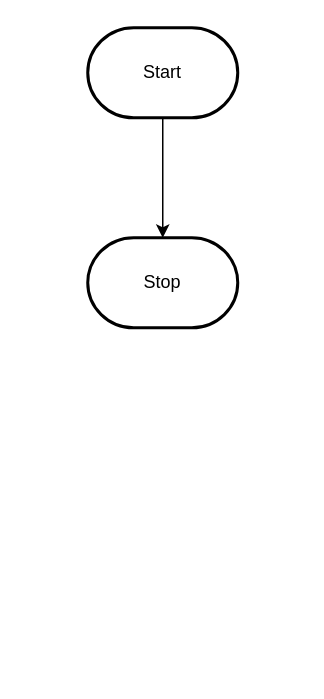
Earlier version of the draw.io diagram design/flowchart.drawio (MTHS-ICS2O-2-2022/ICS2O-Unit-3-03-Armatys22). Source tidied: cells renumbered, new cells numbered last; positions are measured from the earlier drawing's top-left corner, leaving out a move shared by most shapes. Both pictures are drawn from the tidied source at 150%, with x=0, y=0 at pixel (87, 27).
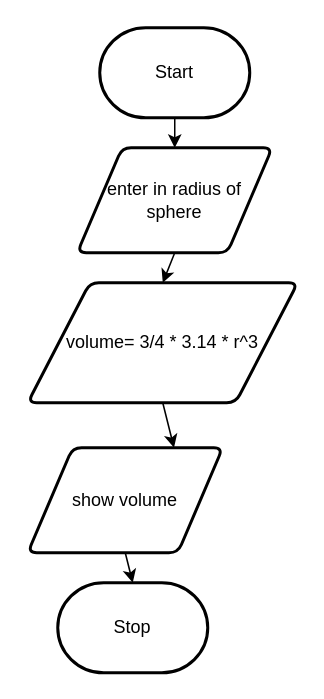
After the change.

Change to the diagram source:
```diff
@@
 <mxGraphModel>
   <root>
     <mxCell id="0" />
     <mxCell id="1" parent="0" />
-    <mxCell id="2" style="edgeStyle=orthogonalEdgeStyle;html=1;rounded=0;" parent="1" edge="1" source="3" target="4">
-      <mxGeometry relative="1" as="geometry">
-        <Array as="points">
-          <mxPoint x="50" y="90" />
-          <mxPoint x="50" y="90" />
-        </Array>
-      </mxGeometry>
-    </mxCell>
+    <mxCell id="5" style="edgeStyle=none;html=1;exitX=0.5;exitY=1;exitDx=0;exitDy=0;exitPerimeter=0;entryX=0.5;entryY=0;entryDx=0;entryDy=0;" parent="1" edge="1" source="3" target="2">
+      <mxGeometry relative="1" as="geometry" />
+    </mxCell>
     <mxCell id="3" value="Start" style="strokeWidth=2;html=1;shape=mxgraph.flowchart.terminator;whiteSpace=wrap;" parent="1" vertex="1">
-      <mxGeometry width="100" height="60" as="geometry" />
+      <mxGeometry x="8" width="100" height="60" as="geometry" />
     </mxCell>
     <mxCell id="4" value="Stop" style="strokeWidth=2;html=1;shape=mxgraph.flowchart.terminator;whiteSpace=wrap;" parent="1" vertex="1">
-      <mxGeometry y="140" width="100" height="60" as="geometry" />
+      <mxGeometry x="-20" y="370" width="100" height="60" as="geometry" />
     </mxCell>
+    <mxCell id="6" style="edgeStyle=none;html=1;exitX=0.5;exitY=1;exitDx=0;exitDy=0;entryX=0.5;entryY=0;entryDx=0;entryDy=0;" parent="1" edge="1" source="2" target="8">
+      <mxGeometry relative="1" as="geometry" />
+    </mxCell>
+    <mxCell id="2" value="enter in radius of sphere" style="shape=parallelogram;html=1;strokeWidth=2;perimeter=parallelogramPerimeter;whiteSpace=wrap;rounded=1;arcSize=12;size=0.23;" parent="1" vertex="1">
+      <mxGeometry x="-7" y="80" width="130" height="70" as="geometry" />
+    </mxCell>
+    <mxCell id="7" style="edgeStyle=none;html=1;exitX=0.5;exitY=1;exitDx=0;exitDy=0;entryX=0.75;entryY=0;entryDx=0;entryDy=0;" parent="1" edge="1" source="8" target="10">
+      <mxGeometry relative="1" as="geometry" />
+    </mxCell>
+    <mxCell id="8" value="volume= 3/4 * 3.14 * r^3" style="shape=parallelogram;html=1;strokeWidth=2;perimeter=parallelogramPerimeter;whiteSpace=wrap;rounded=1;arcSize=12;size=0.23;" parent="1" vertex="1">
+      <mxGeometry x="-40" y="170" width="180" height="80" as="geometry" />
+    </mxCell>
+    <mxCell id="9" style="edgeStyle=none;html=1;exitX=0.5;exitY=1;exitDx=0;exitDy=0;entryX=0.5;entryY=0;entryDx=0;entryDy=0;entryPerimeter=0;" parent="1" edge="1" source="10" target="4">
+      <mxGeometry relative="1" as="geometry" />
+    </mxCell>
+    <mxCell id="10" value="show volume" style="shape=parallelogram;html=1;strokeWidth=2;perimeter=parallelogramPerimeter;whiteSpace=wrap;rounded=1;arcSize=12;size=0.23;" parent="1" vertex="1">
+      <mxGeometry x="-40" y="280" width="130" height="70" as="geometry" />
+    </mxCell>
   </root>
 </mxGraphModel>
```
